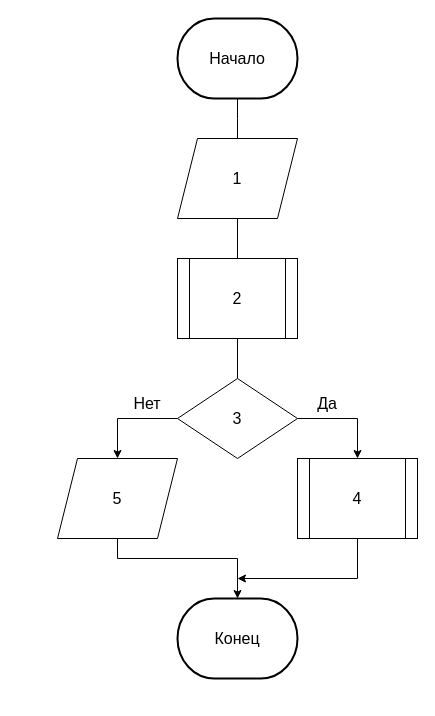
Earlier version of the draw.io diagram блок-схемы/рисунок 5.drawio (ZakharTS/kpo_course). Source tidied: cells renumbered, new cells numbered last; positions are measured from the earlier drawing's top-left corner, leaving out a move shared by most shapes. Both pictures are drawn from the tidied source at 100%, with x=0, y=0 at pixel (57, 18).
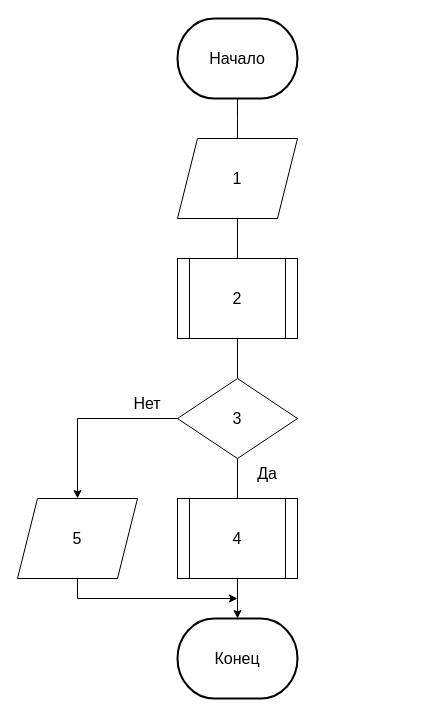
The same diagram, later.

Unchanged cells that the change refers to:
```xml
<mxCell id="11" value="&lt;div&gt;3&lt;/div&gt;" style="rhombus;whiteSpace=wrap;html=1;fontSize=16;" parent="1" vertex="1">
  <mxGeometry x="120" y="360" width="120" height="80" as="geometry" />
</mxCell>
```

Change to the diagram source:
```diff
@@
     <mxCell id="4" value="&lt;font style=&quot;font-size: 16px;&quot;&gt;Конец&lt;/font&gt;" style="strokeWidth=2;html=1;shape=mxgraph.flowchart.terminator;whiteSpace=wrap;" parent="1" vertex="1">
-      <mxGeometry x="120" y="580" width="120" height="80" as="geometry" />
+      <mxGeometry x="120" y="600" width="120" height="80" as="geometry" />
     </mxCell>
@@
+    <mxCell id="10" style="edgeStyle=orthogonalEdgeStyle;rounded=0;jettySize=auto;html=1;entryX=0.5;entryY=0;entryDx=0;entryDy=0;fontSize=16;" parent="1" edge="1" source="11" target="15">
+      <mxGeometry relative="1" as="geometry">
+        <Array as="points">
+          <mxPoint x="20" y="400" />
+        </Array>
+      </mxGeometry>
+    </mxCell>
-    <mxCell id="9" style="edgeStyle=orthogonalEdgeStyle;rounded=0;jettySize=auto;html=1;entryX=0.5;entryY=0;entryDx=0;entryDy=0;fontSize=16;" parent="1" edge="1" source="11" target="13">
-      <mxGeometry relative="1" as="geometry">
-        <Array as="points">
-          <mxPoint x="300" y="400" />
-        </Array>
-      </mxGeometry>
+    <mxCell id="9" style="edgeStyle=orthogonalEdgeStyle;rounded=0;jettySize=auto;html=1;entryX=0.5;entryY=0;entryDx=0;entryDy=0;endArrow=none;endFill=0;" parent="1" edge="1" source="11" target="13">
+      <mxGeometry relative="1" as="geometry" />
     </mxCell>
-    <mxCell id="10" style="edgeStyle=orthogonalEdgeStyle;rounded=0;jettySize=auto;html=1;entryX=0.5;entryY=0;entryDx=0;entryDy=0;fontSize=16;" parent="1" edge="1" source="11" target="15">
-      <mxGeometry relative="1" as="geometry">
-        <Array as="points">
-          <mxPoint x="60" y="400" />
-        </Array>
-      </mxGeometry>
-    </mxCell>
@@
-    <mxCell id="12" style="edgeStyle=orthogonalEdgeStyle;rounded=0;jettySize=auto;html=1;fontSize=16;" parent="1" edge="1" source="13">
-      <mxGeometry relative="1" as="geometry">
-        <mxPoint x="180" y="560" as="targetPoint" />
-        <Array as="points">
-          <mxPoint x="300" y="560" />
-        </Array>
-      </mxGeometry>
-    </mxCell>
+    <mxCell id="18" style="edgeStyle=orthogonalEdgeStyle;rounded=0;jettySize=auto;html=1;entryX=0.5;entryY=0;entryDx=0;entryDy=0;entryPerimeter=0;endArrow=classic;endFill=1;" parent="1" edge="1" source="13" target="4">
+      <mxGeometry relative="1" as="geometry" />
+    </mxCell>
     <mxCell id="13" value="4" style="shape=process;whiteSpace=wrap;html=1;backgroundOutline=1;fontSize=16;" parent="1" vertex="1">
-      <mxGeometry x="240" y="440" width="120" height="80" as="geometry" />
+      <mxGeometry x="120" y="480" width="120" height="80" as="geometry" />
     </mxCell>
-    <mxCell id="14" style="edgeStyle=orthogonalEdgeStyle;rounded=0;jettySize=auto;html=1;entryX=0.5;entryY=0;entryDx=0;entryDy=0;entryPerimeter=0;fontSize=16;" parent="1" edge="1" source="15" target="4">
-      <mxGeometry relative="1" as="geometry">
-        <Array as="points">
-          <mxPoint x="60" y="540" />
-          <mxPoint x="180" y="540" />
-        </Array>
-      </mxGeometry>
-    </mxCell>
+    <mxCell id="19" style="edgeStyle=orthogonalEdgeStyle;rounded=0;jettySize=auto;html=1;endArrow=classic;endFill=1;" parent="1" edge="1" source="15">
+      <mxGeometry relative="1" as="geometry">
+        <mxPoint x="180" y="580" as="targetPoint" />
+        <Array as="points">
+          <mxPoint x="20" y="580" />
+        </Array>
+      </mxGeometry>
+    </mxCell>
     <mxCell id="15" value="5" style="shape=parallelogram;perimeter=parallelogramPerimeter;whiteSpace=wrap;html=1;fixedSize=1;fontSize=16;" parent="1" vertex="1">
-      <mxGeometry y="440" width="120" height="80" as="geometry" />
+      <mxGeometry x="-40" y="480" width="120" height="80" as="geometry" />
     </mxCell>
     <mxCell id="16" value="Да" style="text;html=1;strokeColor=none;fillColor=none;align=center;verticalAlign=middle;whiteSpace=wrap;rounded=0;fontSize=16;" parent="1" vertex="1">
-      <mxGeometry x="240" y="370" width="60" height="30" as="geometry" />
+      <mxGeometry x="180" y="440" width="60" height="30" as="geometry" />
     </mxCell>
```
